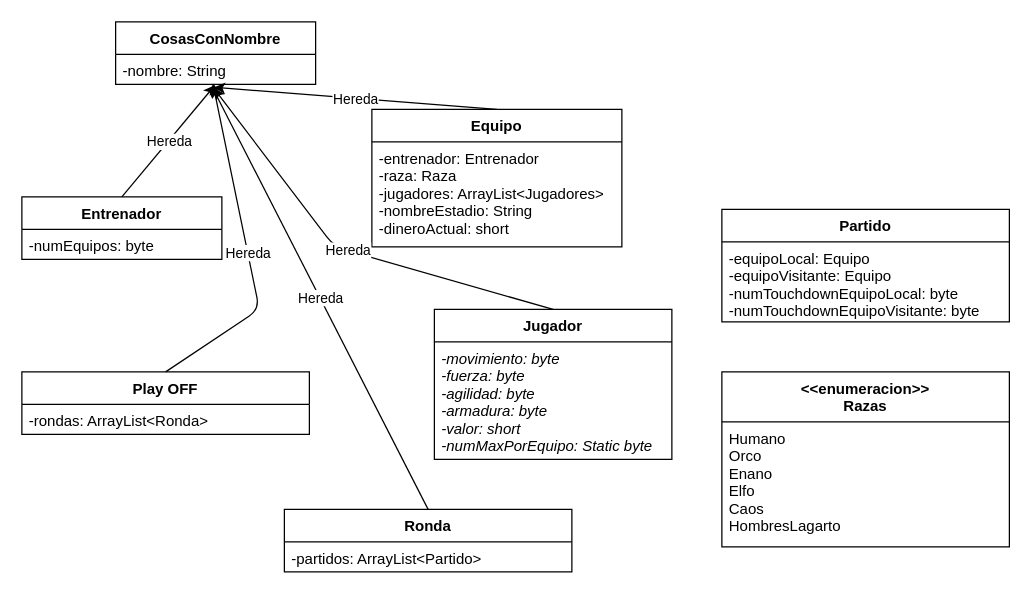
Earlier version of the draw.io diagram Diagrama Trabajo Final.drawio (FernandoClaudioMorenoSedano/ProyectoProgramacion). Source tidied: cells renumbered, new cells numbered last; positions are measured from the earlier drawing's top-left corner, leaving out a move shared by most shapes. Both pictures are drawn from the tidied source at 125%, with x=0, y=0 at pixel (21, 21).
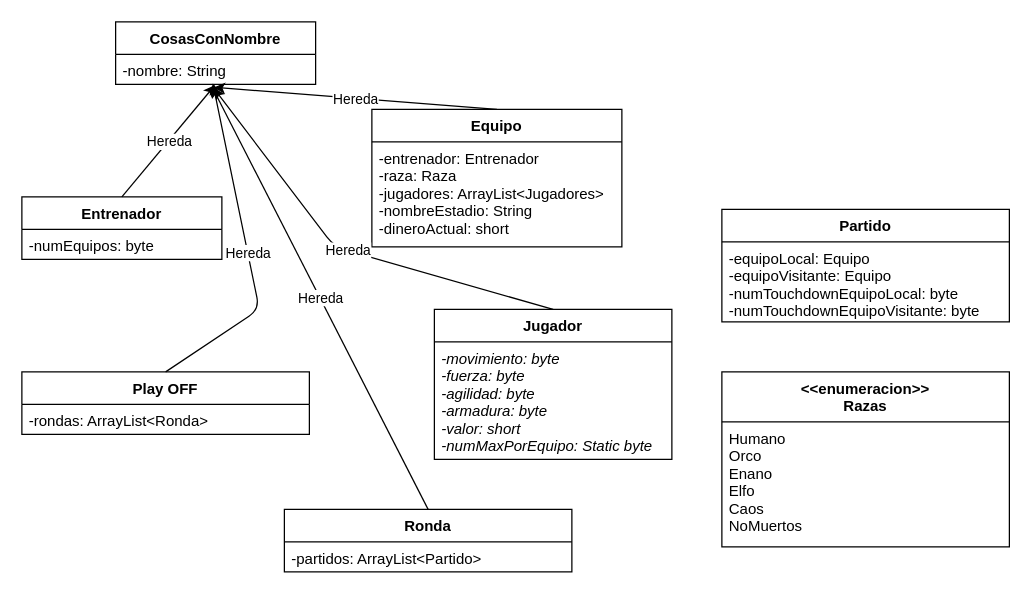
Above is the later version.

Unchanged cells that the change refers to:
```xml
<mxCell id="14" value="&lt;&lt;enumeracion&gt;&gt;&#10;Razas" style="swimlane;fontStyle=1;align=center;verticalAlign=top;horizontal=1;startSize=40;rounded=0;shadow=0;strokeWidth=1;" parent="1" vertex="1">
  <mxGeometry x="560" y="280" width="230" height="140" as="geometry" />
</mxCell>
```

Diff of the diagram source:
```diff
@@
-    <mxCell id="15" value="Humano&#10;Orco&#10;Enano&#10;Elfo&#10;Caos&#10;HombresLagarto" style="text;align=left;verticalAlign=top;spacingLeft=4;spacingRight=4;overflow=hidden;" parent="14" vertex="1">
+    <mxCell id="15" value="Humano&#10;Orco&#10;Enano&#10;Elfo&#10;Caos&#10;NoMuertos" style="text;align=left;verticalAlign=top;spacingLeft=4;spacingRight=4;overflow=hidden;" parent="14" vertex="1">
       <mxGeometry y="40" width="230" height="100" as="geometry" />
     </mxCell>
```
